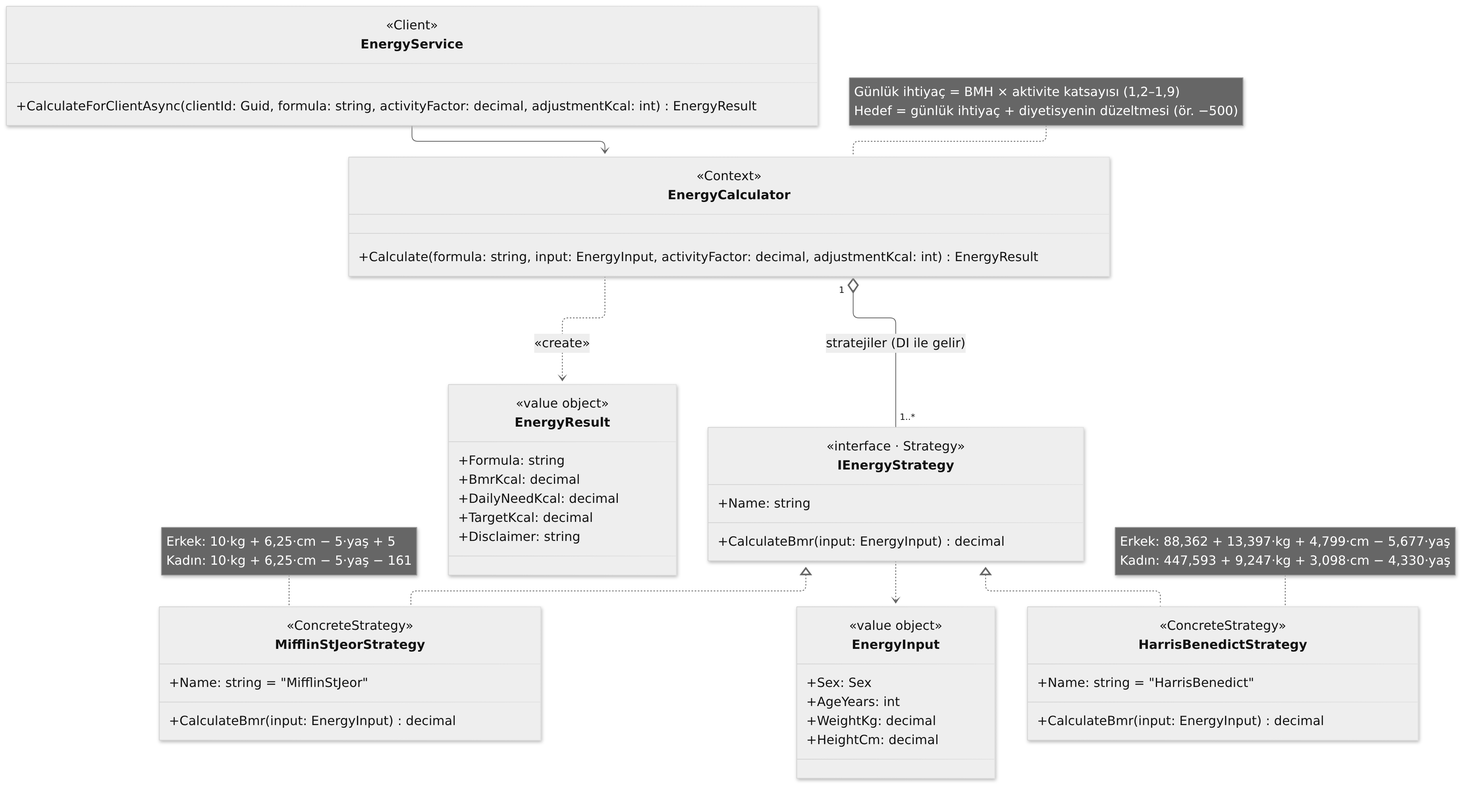
Above: docs/uml/png/p-3-strategy.png in Emmet47/diyetisyen-danisan-takip-sistemi (Mermaid), before the change. Its source is kept beside it as docs/uml/p-3-strategy.mmd. Its diagram source:
```mermaid
classDiagram
direction TB
class EnergyService {
  <<Client>>
  +CalculateForClientAsync(clientId: Guid, formula: string, activityFactor: decimal, adjustmentKcal: int) EnergyResult
}
class EnergyCalculator {
  <<Context>>
  +Calculate(formula: string, input: EnergyInput, activityFactor: decimal, adjustmentKcal: int) EnergyResult
}
class IEnergyStrategy {
  <<interface · Strategy>>
  +Name: string
  +CalculateBmr(input: EnergyInput) decimal
}
class MifflinStJeorStrategy {
  <<ConcreteStrategy>>
  +Name: string = "MifflinStJeor"
  +CalculateBmr(input: EnergyInput) decimal
}
class HarrisBenedictStrategy {
  <<ConcreteStrategy>>
  +Name: string = "HarrisBenedict"
  +CalculateBmr(input: EnergyInput) decimal
}
class EnergyInput {
  <<value object>>
  +Sex: Sex
  +AgeYears: int
  +WeightKg: decimal
  +HeightCm: decimal
}
class EnergyResult {
  <<value object>>
  +Formula: string
  +BmrKcal: decimal
  +DailyNeedKcal: decimal
  +TargetKcal: decimal
  +Disclaimer: string
}
IEnergyStrategy <|.. MifflinStJeorStrategy
IEnergyStrategy <|.. HarrisBenedictStrategy
EnergyService --> EnergyCalculator
EnergyCalculator "1" o-- "1..*" IEnergyStrategy : stratejiler (DI ile gelir)
IEnergyStrategy ..> EnergyInput
EnergyCalculator ..> EnergyResult : «create»
note for MifflinStJeorStrategy "Erkek: 10·kg + 6,25·cm − 5·yaş + 5<br>Kadın: 10·kg + 6,25·cm − 5·yaş − 161"
note for HarrisBenedictStrategy "Erkek: 88,362 + 13,397·kg + 4,799·cm − 5,677·yaş<br>Kadın: 447,593 + 9,247·kg + 3,098·cm − 4,330·yaş"
note for EnergyCalculator "Günlük ihtiyaç = BMH × aktivite katsayısı (1,2–1,9)<br>Hedef = günlük ihtiyaç + diyetisyenin düzeltmesi (ör. −500)"
```
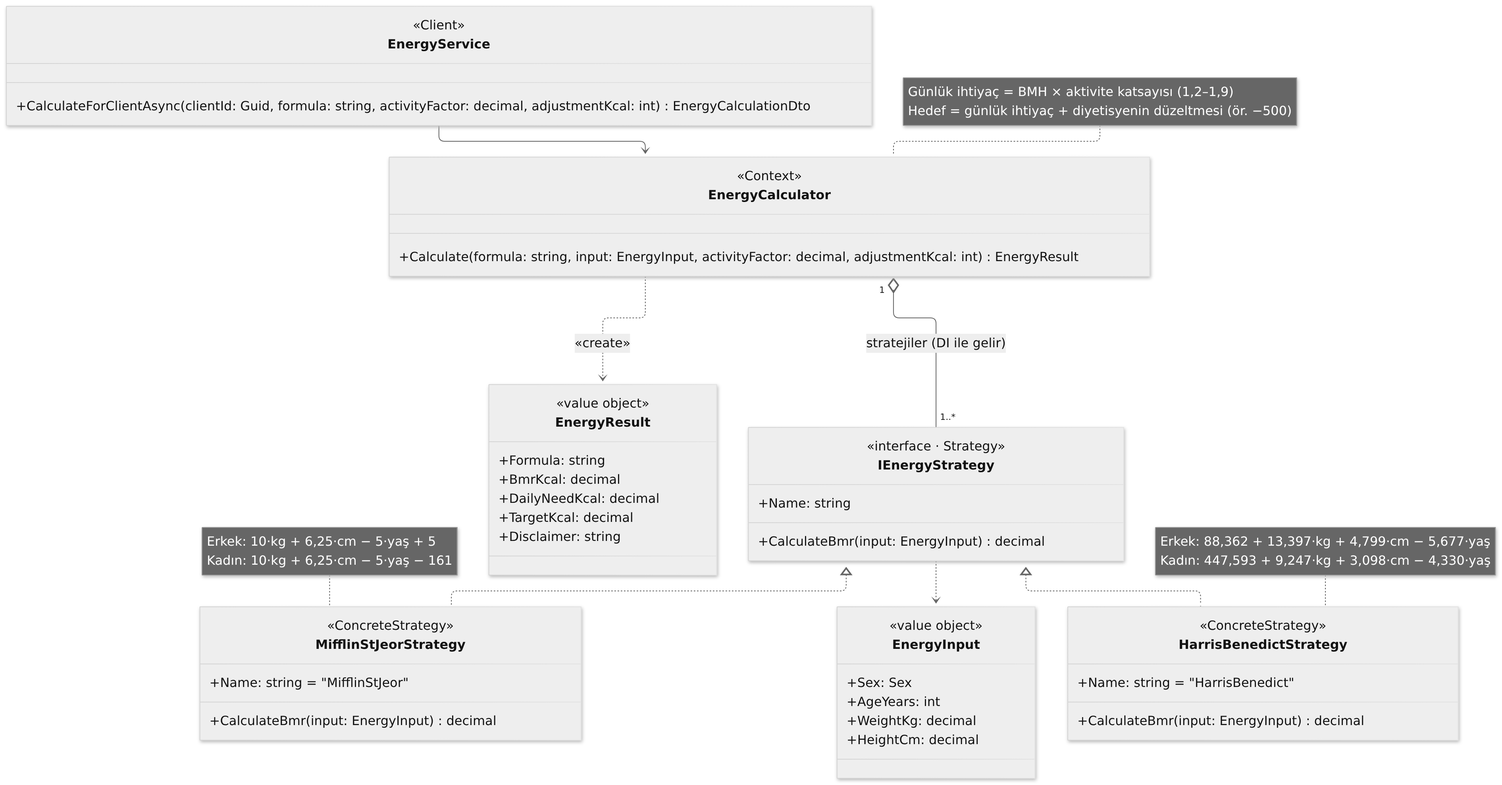
Above is the later version.

The edit, as a diff of the source:
```diff
@@ -2,7 +2,7 @@
 direction TB
 class EnergyService {
   <<Client>>
-  +CalculateForClientAsync(clientId: Guid, formula: string, activityFactor: decimal, adjustmentKcal: int) EnergyResult
+  +CalculateForClientAsync(clientId: Guid, formula: string, activityFactor: decimal, adjustmentKcal: int) EnergyCalculationDto
 }
 class EnergyCalculator {
   <<Context>>
```
